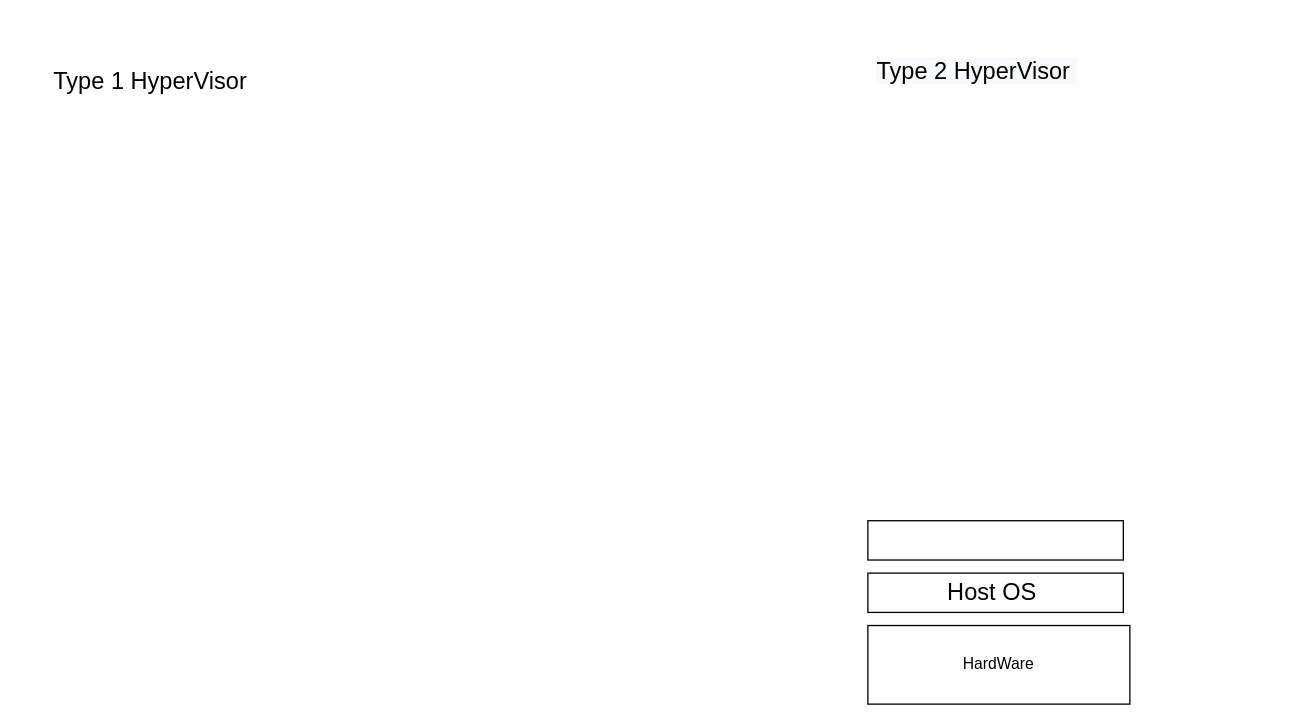
Above: Untitled Diagram.drawio in ashutosh-roy/Digrams-Draw.io (draw.io), before the change. Source tidied: cells renumbered, new cells numbered last; positions are measured from the earlier drawing's top-left corner, leaving out a move shared by most shapes. Both pictures are drawn from the tidied source at 131%, with x=0, y=0 at pixel (35, 48).
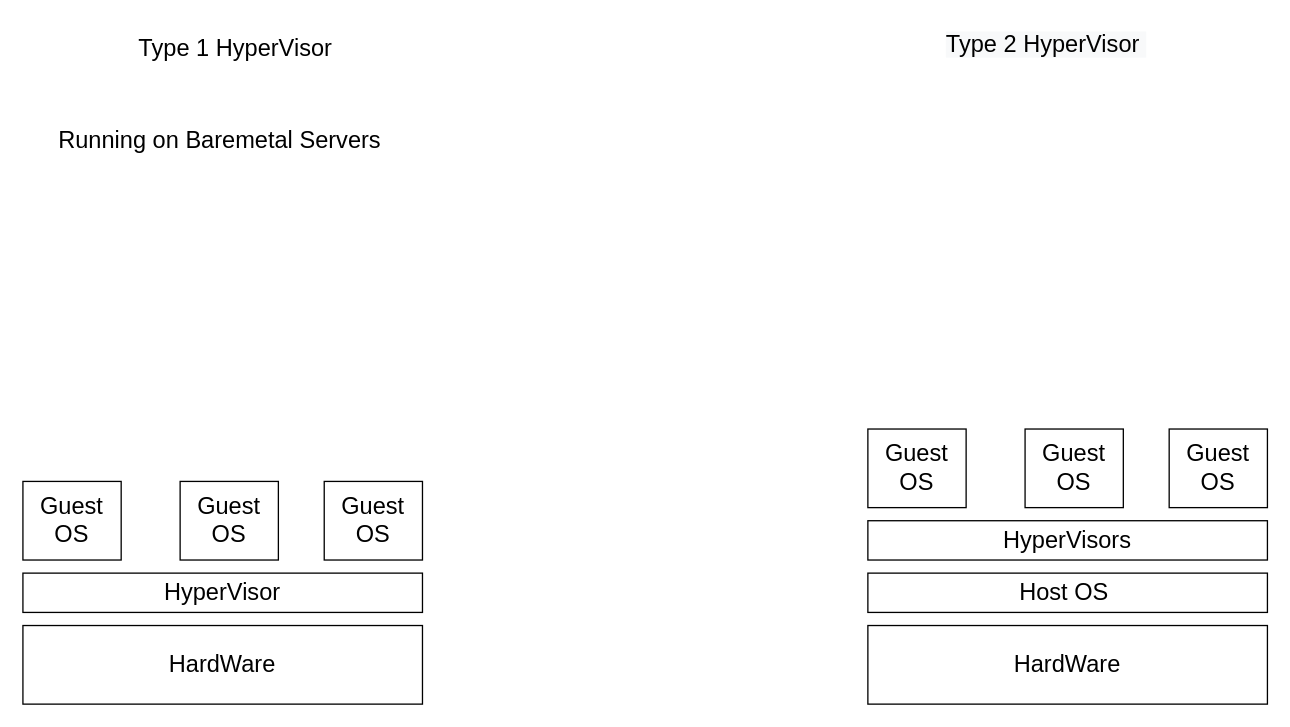
The same diagram, later.

Change to the diagram source:
```diff
@@
 <mxGraphModel>
   <root>
     <mxCell id="0" />
     <mxCell id="1" parent="0" />
-    <mxCell id="2" value="HardWare" style="rounded=0;whiteSpace=wrap;html=1;" parent="1" vertex="1">
-      <mxGeometry x="635" y="440" width="200" height="60" as="geometry" />
+    <mxCell id="2" value="&lt;font style=&quot;font-size: 18px;&quot;&gt;HardWare&lt;/font&gt;" style="rounded=0;whiteSpace=wrap;html=1;" parent="1" vertex="1">
+      <mxGeometry x="635" y="440" width="305" height="60" as="geometry" />
     </mxCell>
     <mxCell id="3" value="&lt;font style=&quot;font-size: 18px;&quot;&gt;Type 1 HyperVisor&amp;nbsp;&lt;/font&gt;" style="text;html=1;strokeColor=none;fillColor=none;align=center;verticalAlign=middle;whiteSpace=wrap;rounded=0;" parent="1" vertex="1">
-      <mxGeometry y="5" width="180" height="40" as="geometry" />
+      <mxGeometry x="65" y="-20" width="180" height="40" as="geometry" />
     </mxCell>
     <mxCell id="4" value="&lt;span style=&quot;color: rgb(0, 0, 0); font-family: Helvetica; font-size: 18px; font-style: normal; font-variant-ligatures: normal; font-variant-caps: normal; font-weight: 400; letter-spacing: normal; orphans: 2; text-align: center; text-indent: 0px; text-transform: none; widows: 2; word-spacing: 0px; -webkit-text-stroke-width: 0px; background-color: rgb(248, 249, 250); text-decoration-thickness: initial; text-decoration-style: initial; text-decoration-color: initial; float: none; display: inline !important;&quot;&gt;Type 2 HyperVisor&amp;nbsp;&lt;/span&gt;" style="text;whiteSpace=wrap;html=1;fontSize=18;" parent="1" vertex="1">
-      <mxGeometry x="640" width="190" height="50" as="geometry" />
+      <mxGeometry x="692.5" y="-20" width="190" height="50" as="geometry" />
     </mxCell>
     <mxCell id="5" value="Host OS&amp;nbsp;" style="rounded=0;whiteSpace=wrap;html=1;fontSize=18;" parent="1" vertex="1">
-      <mxGeometry x="635" y="400" width="195" height="30" as="geometry" />
+      <mxGeometry x="635" y="400" width="305" height="30" as="geometry" />
     </mxCell>
-    <mxCell id="6" style="rounded=0;whiteSpace=wrap;html=1;fontSize=18;" parent="1" vertex="1">
-      <mxGeometry x="635" y="360" width="195" height="30" as="geometry" />
+    <mxCell id="6" value="HyperVisors" style="rounded=0;whiteSpace=wrap;html=1;fontSize=18;" parent="1" vertex="1">
+      <mxGeometry x="635" y="360" width="305" height="30" as="geometry" />
     </mxCell>
+    <mxCell id="7" value="Guest OS" style="rounded=0;whiteSpace=wrap;html=1;fontSize=18;" parent="1" vertex="1">
+      <mxGeometry x="635" y="290" width="75" height="60" as="geometry" />
+    </mxCell>
+    <mxCell id="8" value="Guest OS" style="rounded=0;whiteSpace=wrap;html=1;fontSize=18;" parent="1" vertex="1">
+      <mxGeometry x="755" y="290" width="75" height="60" as="geometry" />
+    </mxCell>
+    <mxCell id="9" value="Guest OS" style="rounded=0;whiteSpace=wrap;html=1;fontSize=18;" parent="1" vertex="1">
+      <mxGeometry x="865" y="290" width="75" height="60" as="geometry" />
+    </mxCell>
+    <mxCell id="10" value="&lt;font style=&quot;font-size: 18px;&quot;&gt;HardWare&lt;/font&gt;" style="rounded=0;whiteSpace=wrap;html=1;" parent="1" vertex="1">
+      <mxGeometry x="-10" y="440" width="305" height="60" as="geometry" />
+    </mxCell>
+    <mxCell id="11" value="HyperVisor" style="rounded=0;whiteSpace=wrap;html=1;fontSize=18;" parent="1" vertex="1">
+      <mxGeometry x="-10" y="400" width="305" height="30" as="geometry" />
+    </mxCell>
+    <mxCell id="12" value="Guest OS" style="rounded=0;whiteSpace=wrap;html=1;fontSize=18;" parent="1" vertex="1">
+      <mxGeometry x="-10" y="330" width="75" height="60" as="geometry" />
+    </mxCell>
+    <mxCell id="13" value="Guest OS" style="rounded=0;whiteSpace=wrap;html=1;fontSize=18;" parent="1" vertex="1">
+      <mxGeometry x="110" y="330" width="75" height="60" as="geometry" />
+    </mxCell>
+    <mxCell id="14" value="Guest OS" style="rounded=0;whiteSpace=wrap;html=1;fontSize=18;" parent="1" vertex="1">
+      <mxGeometry x="220" y="330" width="75" height="60" as="geometry" />
+    </mxCell>
+    <mxCell id="15" value="Running on Baremetal Servers" style="text;html=1;align=center;verticalAlign=middle;strokeColor=none;fillColor=none;fontSize=18;" parent="1" vertex="1">
+      <mxGeometry x="5" y="50" width="270" height="40" as="geometry" />
+    </mxCell>
   </root>
 </mxGraphModel>
```
